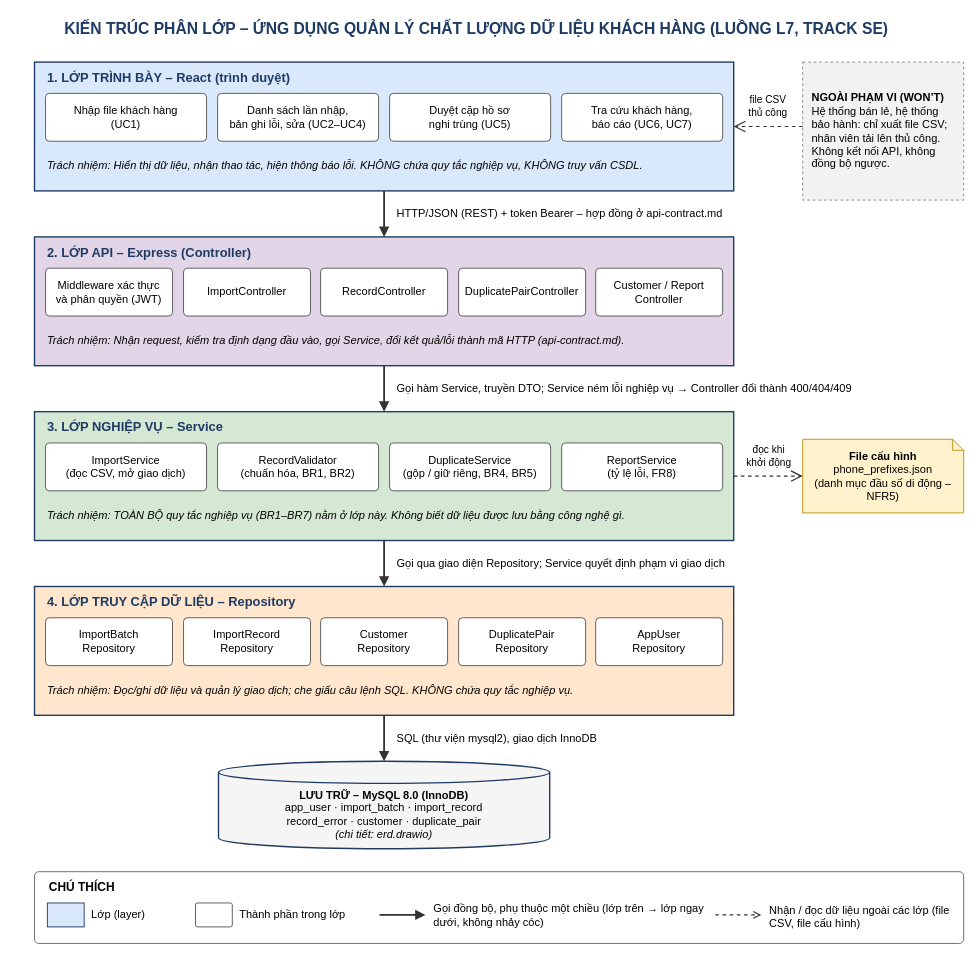
Before: docs/architecture.drawio in phongkasa2223/cdtn1-LeTanPhong-L7, a draw.io diagram. Source tidied: cells renumbered, new cells numbered last; positions are measured from the earlier drawing's top-left corner, leaving out a move shared by most shapes. Both pictures are drawn from the tidied source at 92%, with x=0, y=0 at pixel (16, 16).
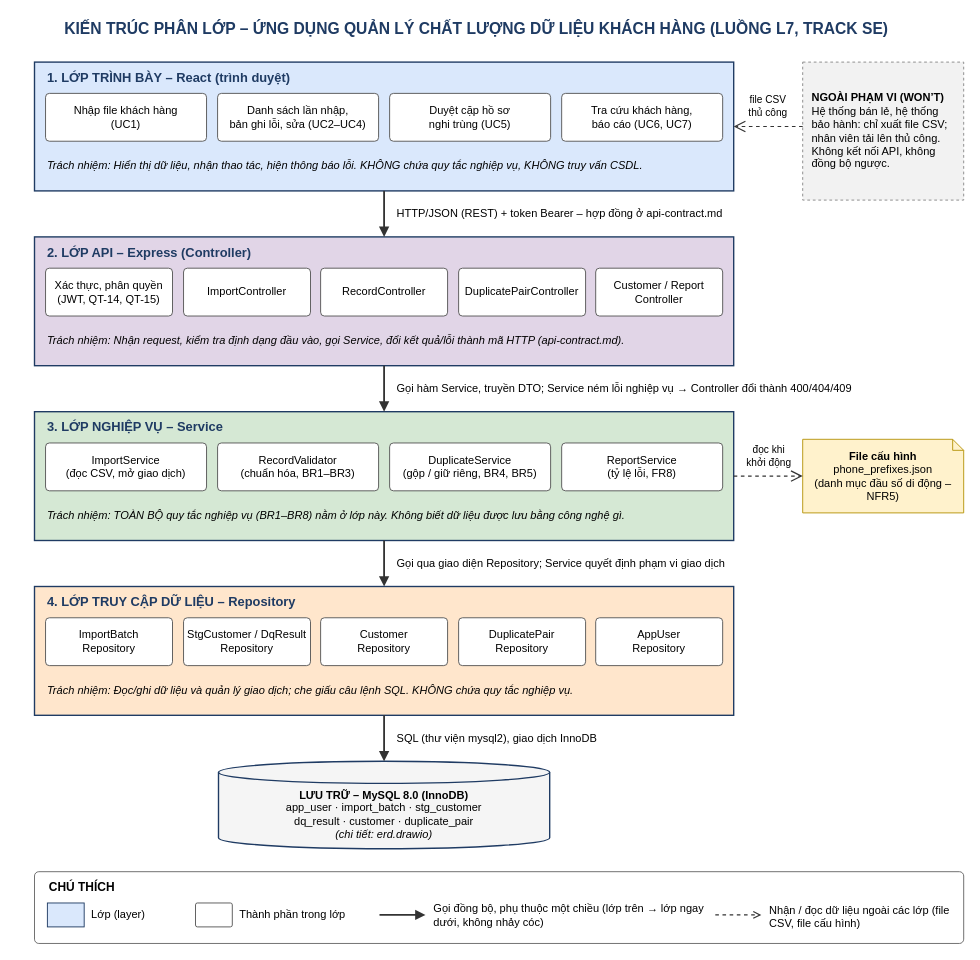
The same diagram, later.

Commit message (it also covers changes not shown here):
docs: doi chieu mo hinh du lieu voi case study, user story dang bang va cap nhat so do

Diff of the diagram source:
```diff
@@
-    <mxCell id="12" value="Middleware xác thực&lt;br&gt;và phân quyền (JWT)" style="rounded=1;arcSize=8;whiteSpace=wrap;html=1;fillColor=#FFFFFF;strokeColor=#555555;fontSize=12;fontFamily=Arial;" parent="1" vertex="1">
+    <mxCell id="12" value="Xác thực, phân quyền&lt;br&gt;(JWT, QT-14, QT-15)" style="rounded=1;arcSize=8;whiteSpace=wrap;html=1;fillColor=#FFFFFF;strokeColor=#555555;fontSize=12;fontFamily=Arial;" parent="1" vertex="1">
       <mxGeometry x="32" y="274" width="138" height="52" as="geometry" />
     </mxCell>
@@
-    <mxCell id="21" value="RecordValidator&lt;br&gt;(chuẩn hóa, BR1, BR2)" style="rounded=1;arcSize=8;whiteSpace=wrap;html=1;fillColor=#FFFFFF;strokeColor=#555555;fontSize=12;fontFamily=Arial;" parent="1" vertex="1">
+    <mxCell id="21" value="RecordValidator&lt;br&gt;(chuẩn hóa, BR1–BR3)" style="rounded=1;arcSize=8;whiteSpace=wrap;html=1;fillColor=#FFFFFF;strokeColor=#555555;fontSize=12;fontFamily=Arial;" parent="1" vertex="1">
       <mxGeometry x="219" y="464" width="175" height="52" as="geometry" />
     </mxCell>
@@
-    <mxCell id="24" value="&lt;i&gt;Trách nhiệm: TOÀN BỘ quy tắc nghiệp vụ (BR1–BR7) nằm ở lớp này. Không biết dữ liệu được lưu bằng công nghệ gì.&lt;/i&gt;" style="text;html=1;whiteSpace=wrap;align=left;verticalAlign=middle;fontSize=12;fontFamily=Arial;" parent="1" vertex="1">
+    <mxCell id="24" value="&lt;i&gt;Trách nhiệm: TOÀN BỘ quy tắc nghiệp vụ (BR1–BR8) nằm ở lớp này. Không biết dữ liệu được lưu bằng công nghệ gì.&lt;/i&gt;" style="text;html=1;whiteSpace=wrap;align=left;verticalAlign=middle;fontSize=12;fontFamily=Arial;" parent="1" vertex="1">
       <mxGeometry x="32" y="524" width="736" height="38" as="geometry" />
     </mxCell>
@@
-    <mxCell id="28" value="ImportRecord&lt;br&gt;Repository" style="rounded=1;arcSize=8;whiteSpace=wrap;html=1;fillColor=#FFFFFF;strokeColor=#555555;fontSize=12;fontFamily=Arial;" parent="1" vertex="1">
+    <mxCell id="28" value="StgCustomer / DqResult&lt;br&gt;Repository" style="rounded=1;arcSize=8;whiteSpace=wrap;html=1;fillColor=#FFFFFF;strokeColor=#555555;fontSize=12;fontFamily=Arial;" parent="1" vertex="1">
       <mxGeometry x="182" y="654" width="138" height="52" as="geometry" />
     </mxCell>
@@
-    <mxCell id="33" value="&lt;b&gt;LƯU TRỮ – MySQL 8.0 (InnoDB)&lt;/b&gt;&lt;br&gt;app_user · import_batch · import_record&lt;br&gt;record_error · customer · duplicate_pair&lt;br&gt;&lt;i&gt;(chi tiết: erd.drawio)&lt;/i&gt;" style="shape=cylinder3;whiteSpace=wrap;html=1;boundedLbl=1;backgroundOutline=1;size=12;fillColor=#F5F5F5;strokeColor=#1F3B63;strokeWidth=1.5;fontSize=12;fontFamily=Arial;" parent="1" vertex="1">
+    <mxCell id="33" value="&lt;b&gt;LƯU TRỮ – MySQL 8.0 (InnoDB)&lt;/b&gt;&lt;br&gt;app_user · import_batch · stg_customer&lt;br&gt;dq_result · customer · duplicate_pair&lt;br&gt;&lt;i&gt;(chi tiết: erd.drawio)&lt;/i&gt;" style="shape=cylinder3;whiteSpace=wrap;html=1;boundedLbl=1;backgroundOutline=1;size=12;fillColor=#F5F5F5;strokeColor=#1F3B63;strokeWidth=1.5;fontSize=12;fontFamily=Arial;" parent="1" vertex="1">
       <mxGeometry x="220" y="810" width="360" height="95" as="geometry" />
     </mxCell>
```
